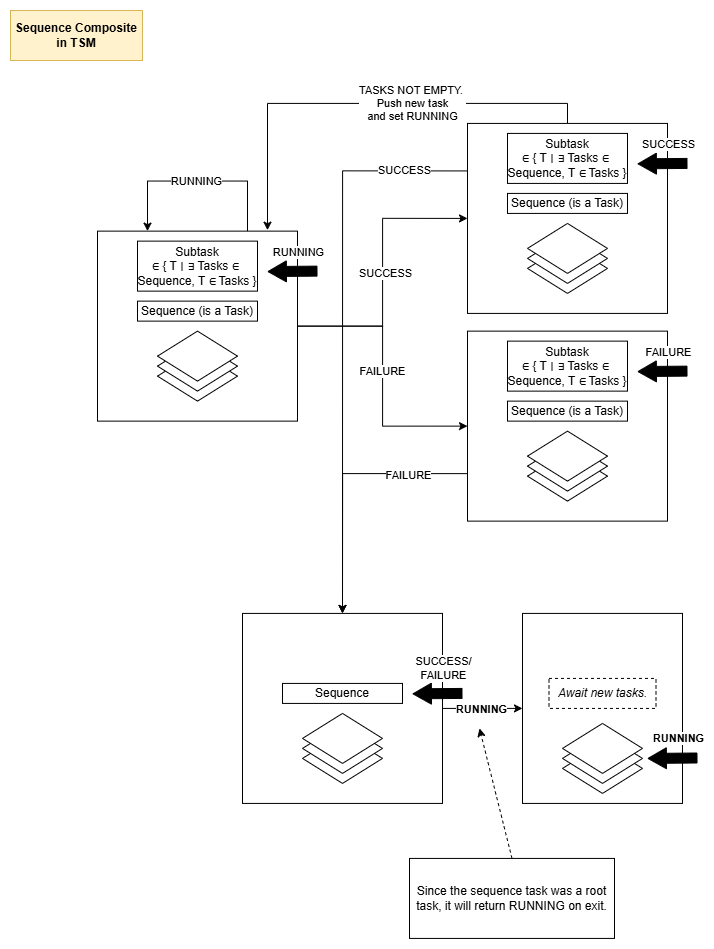
Before: docs/SequenceComposite.png, a diagram exported from draw.io (BlueJayXRStudio/InfiniteTree). Source tidied: cells renumbered, new cells last; positions are measured from the earlier drawing's top-left corner, leaving out a move shared by most shapes.
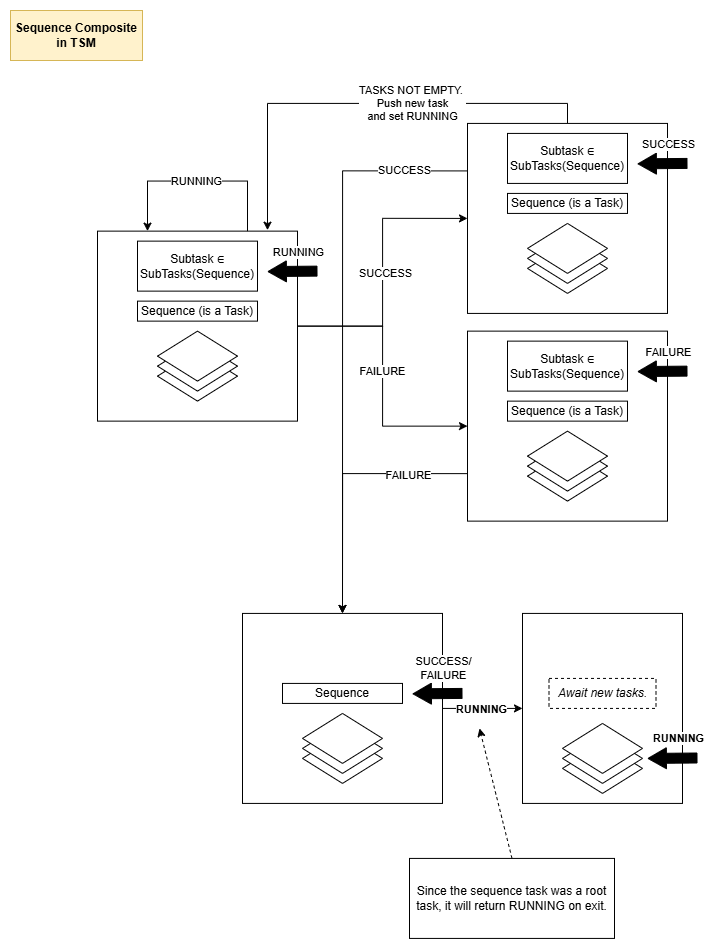
Later version of the same file.

Diff of the diagram source:
```diff
@@ -79,7 +79,7 @@
     <mxCell id="25" value="Sequence (is a Task)" style="rounded=0;whiteSpace=wrap;html=1;" parent="1" vertex="1">
       <mxGeometry x="127" y="290.6" width="120" height="20" as="geometry" />
     </mxCell>
-    <mxCell id="26" value="Subtask ∈&amp;nbsp;{&amp;nbsp;T&amp;nbsp;∣&amp;nbsp;∃&amp;nbsp;Tasks&amp;nbsp;∈&amp;nbsp;&lt;div&gt;Sequence,&amp;nbsp;&lt;span style=&quot;background-color: transparent; color: light-dark(rgb(0, 0, 0), rgb(255, 255, 255));&quot;&gt;T&amp;nbsp;∈&amp;nbsp;Tasks&amp;nbsp;}&lt;/span&gt;&lt;/div&gt;" style="rounded=0;whiteSpace=wrap;html=1;" parent="1" vertex="1">
+    <mxCell id="26" value="Subtask ∈ SubTasks(Sequence)" style="rounded=0;whiteSpace=wrap;html=1;" parent="1" vertex="1">
       <mxGeometry x="127" y="230.6" width="120" height="50" as="geometry" />
     </mxCell>
     <mxCell id="27" style="edgeStyle=orthogonalEdgeStyle;rounded=0;orthogonalLoop=1;jettySize=auto;html=1;exitX=0.75;exitY=0;exitDx=0;exitDy=0;entryX=0.25;entryY=0;entryDx=0;entryDy=0;" parent="1" edge="1" source="20" target="20">
@@ -160,7 +160,7 @@
     <mxCell id="47" value="Sequence (is a Task)" style="rounded=0;whiteSpace=wrap;html=1;" parent="1" vertex="1">
       <mxGeometry x="497" y="182.9" width="120" height="20" as="geometry" />
     </mxCell>
-    <mxCell id="48" value="Subtask ∈&amp;nbsp;{&amp;nbsp;T&amp;nbsp;∣&amp;nbsp;∃&amp;nbsp;Tasks&amp;nbsp;∈&amp;nbsp;&lt;div&gt;Sequence,&amp;nbsp;&lt;span style=&quot;background-color: transparent; color: light-dark(rgb(0, 0, 0), rgb(255, 255, 255));&quot;&gt;T&amp;nbsp;∈&amp;nbsp;Tasks&amp;nbsp;}&lt;/span&gt;&lt;/div&gt;" style="rounded=0;whiteSpace=wrap;html=1;" parent="1" vertex="1">
+    <mxCell id="48" value="Subtask ∈ SubTasks(Sequence)" style="rounded=0;whiteSpace=wrap;html=1;" parent="1" vertex="1">
       <mxGeometry x="497" y="122.9" width="120" height="50" as="geometry" />
     </mxCell>
     <mxCell id="49" value="SUCCESS" style="edgeLabel;html=1;align=center;verticalAlign=middle;" parent="1" vertex="1">
@@ -196,7 +196,7 @@
     <mxCell id="58" value="Sequence (is a Task)" style="rounded=0;whiteSpace=wrap;html=1;" parent="1" vertex="1">
       <mxGeometry x="497" y="390.6" width="120" height="20" as="geometry" />
     </mxCell>
-    <mxCell id="59" value="Subtask ∈&amp;nbsp;{&amp;nbsp;T&amp;nbsp;∣&amp;nbsp;∃&amp;nbsp;Tasks&amp;nbsp;∈&amp;nbsp;&lt;div&gt;Sequence,&amp;nbsp;&lt;span style=&quot;background-color: transparent; color: light-dark(rgb(0, 0, 0), rgb(255, 255, 255));&quot;&gt;T&amp;nbsp;∈&amp;nbsp;Tasks&amp;nbsp;}&lt;/span&gt;&lt;/div&gt;" style="rounded=0;whiteSpace=wrap;html=1;" parent="1" vertex="1">
+    <mxCell id="59" value="Subtask ∈ SubTasks(Sequence)" style="rounded=0;whiteSpace=wrap;html=1;" parent="1" vertex="1">
       <mxGeometry x="497" y="330.6" width="120" height="50" as="geometry" />
     </mxCell>
     <mxCell id="60" value="FAILURE" style="edgeLabel;html=1;align=center;verticalAlign=middle;" parent="1" vertex="1">
```
